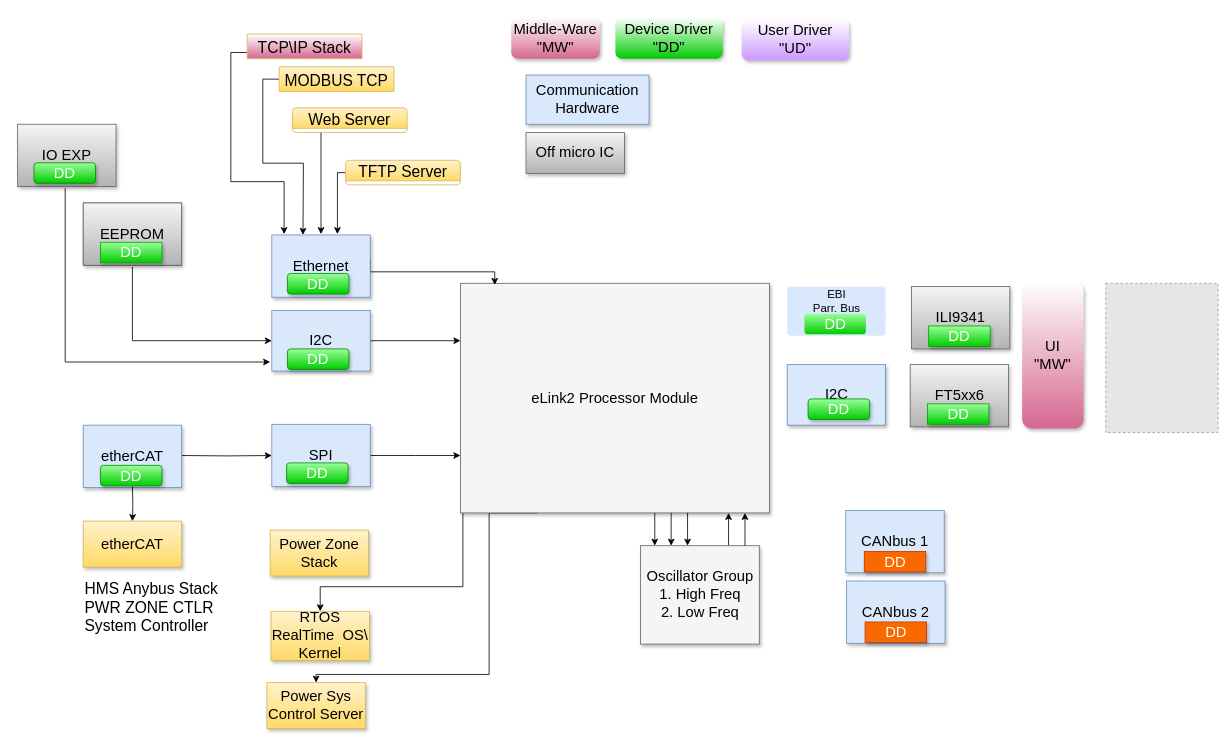
This is page "Page-2" (2 of 2) of eLink2/anatomy_fw2.drawio from vkeiper/flowcharts, a draw.io file, before an edit. Source tidied: cells renumbered, new cells numbered last; positions are measured from the earlier drawing's top-left corner, leaving out a move shared by most shapes. Both pictures are drawn from the tidied source at 82%, with x=0, y=0 at pixel (17, 17). Pictures stored in the file or linked from it are replaced by grey dashed boxes.
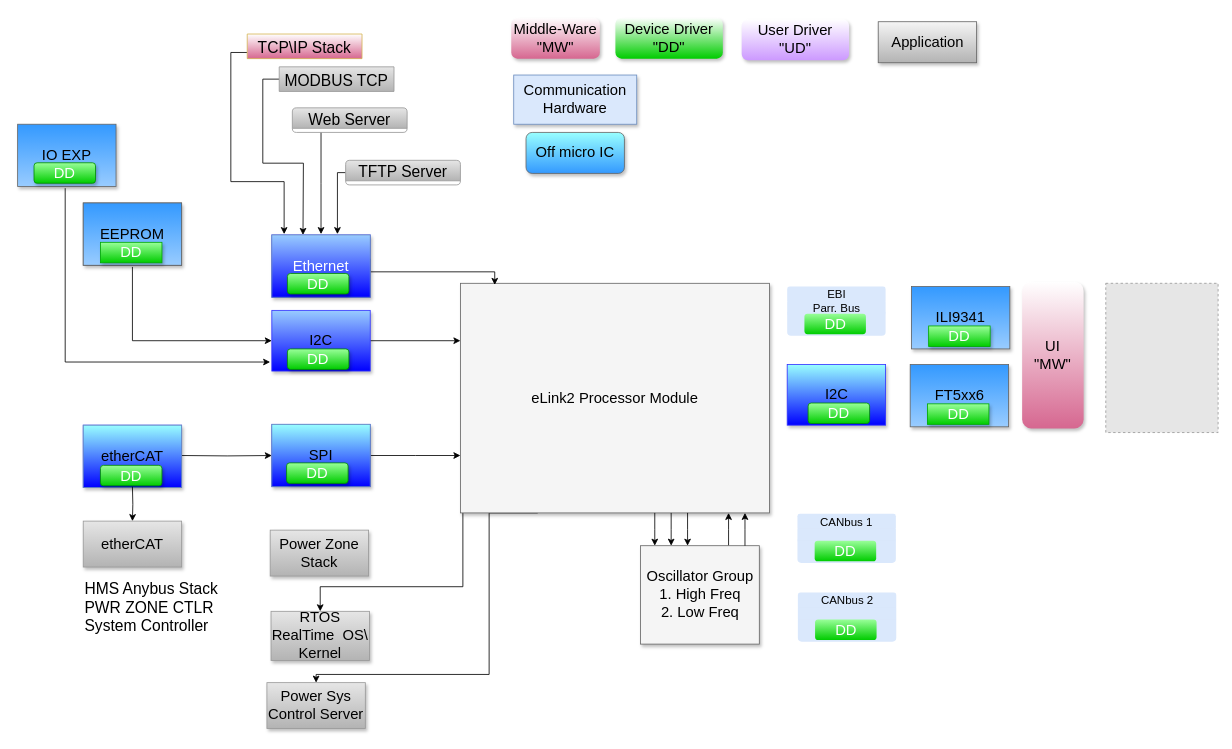
After the change.

Unchanged cells that the change refers to:
```xml
<mxCell id="43" style="group;" parent="1" vertex="1">
  <mxGeometry x="80" y="226" width="120" height="76" as="geometry" />
</mxCell>
<mxCell id="46" style="group;" parent="1" vertex="1">
  <mxGeometry y="130" width="147" height="76" as="geometry" />
</mxCell>
<mxCell id="63" style="group;rounded=1;arcSize=18;" parent="1" vertex="1">
  <mxGeometry x="1088.5" y="423" width="120" height="76" as="geometry" />
</mxCell>
```

The edit, as a diff of the source:
```diff
@@
-    <mxCell id="6" value="Power Zone Stack" style="whiteSpace=wrap;html=1;shadow=1;fontSize=18;fillColor=#fff2cc;strokeColor=#d6b656;gradientColor=#ffd966;" parent="1" vertex="1">
+    <mxCell id="6" value="Power Zone Stack" style="whiteSpace=wrap;html=1;shadow=1;fontSize=18;fillColor=#E6E6E6;strokeColor=#999999;gradientColor=#B3B3B3;" parent="1" vertex="1">
       <mxGeometry x="308" y="625" width="120" height="56" as="geometry" />
     </mxCell>
-    <mxCell id="7" value="RTOS&lt;br&gt;RealTime&amp;nbsp; OS\ Kernel&lt;br&gt;" style="whiteSpace=wrap;html=1;shadow=1;fontSize=18;fillColor=#fff2cc;strokeColor=#d6b656;gradientColor=#ffd966;" parent="1" vertex="1">
+    <mxCell id="7" value="RTOS&lt;br&gt;RealTime&amp;nbsp; OS\ Kernel&lt;br&gt;" style="whiteSpace=wrap;html=1;shadow=1;fontSize=18;fillColor=#E6E6E6;strokeColor=#999999;gradientColor=#B3B3B3;" parent="1" vertex="1">
       <mxGeometry x="309" y="724" width="120" height="60" as="geometry" />
     </mxCell>
@@
-    <mxCell id="9" value="I2C" style="whiteSpace=wrap;html=1;shadow=1;fontSize=18;fillColor=#dae8fc;strokeColor=#6c8ebf;" parent="1" vertex="1">
+    <mxCell id="9" value="I2C" style="whiteSpace=wrap;html=1;shadow=1;fontSize=18;fillColor=#0000FF;strokeColor=#3333FF;gradientColor=#99CCFF;gradientDirection=north;" parent="1" vertex="1">
       <mxGeometry x="310" y="357" width="120" height="74" as="geometry" />
     </mxCell>
@@
-    <mxCell id="22" value="MODBUS TCP" style="swimlane;fillColor=#fff2cc;strokeColor=#d6b656;fontSize=19;fontStyle=0;startSize=30;rounded=1;glass=0;comic=0;horizontal=1;gradientColor=#ffd966;" parent="1" vertex="1" collapsed="1">
+    <mxCell id="22" value="MODBUS TCP" style="swimlane;fillColor=#E6E6E6;strokeColor=#999999;fontSize=19;fontStyle=0;startSize=30;rounded=1;glass=0;comic=0;horizontal=1;gradientColor=#B3B3B3;" parent="1" vertex="1" collapsed="1">
       <mxGeometry x="319" y="60" width="140" height="30" as="geometry" />
     </mxCell>
@@
-    <mxCell id="24" value="Web Server" style="swimlane;fillColor=#fff2cc;strokeColor=#d6b656;fontSize=19;fontStyle=0;startSize=25;rounded=1;glass=0;comic=0;horizontal=1;gradientColor=#ffd966;" parent="1" vertex="1" collapsed="1">
+    <mxCell id="24" value="Web Server" style="swimlane;fillColor=#E6E6E6;strokeColor=#999999;fontSize=19;fontStyle=0;startSize=25;rounded=1;glass=0;comic=0;horizontal=1;gradientColor=#B3B3B3;" parent="1" vertex="1" collapsed="1">
       <mxGeometry x="335" y="110" width="140" height="30" as="geometry" />
     </mxCell>
@@
-    <mxCell id="26" value="TFTP Server" style="swimlane;fillColor=#fff2cc;strokeColor=#d6b656;fontSize=19;fontStyle=0;startSize=25;rounded=1;glass=0;comic=0;horizontal=1;gradientColor=#ffd966;" parent="1" vertex="1" collapsed="1">
+    <mxCell id="26" value="TFTP Server" style="swimlane;fillColor=#E6E6E6;strokeColor=#999999;fontSize=19;fontStyle=0;startSize=25;rounded=1;glass=0;comic=0;horizontal=1;gradientColor=#B3B3B3;" parent="1" vertex="1" collapsed="1">
       <mxGeometry x="400" y="174" width="140" height="30" as="geometry" />
     </mxCell>
@@
     <mxCell id="28" value="Communication&lt;br&gt;Hardware&lt;br&gt;" style="whiteSpace=wrap;html=1;shadow=1;fontSize=18;fillColor=#dae8fc;strokeColor=#6c8ebf;" parent="1" vertex="1">
-      <mxGeometry x="620" y="70" width="150" height="60" as="geometry" />
+      <mxGeometry x="605" y="70" width="150" height="60" as="geometry" />
     </mxCell>
@@
-    <mxCell id="32" style="group;" parent="1" vertex="1">
+    <mxCell id="32" style="group;gradientColor=#99FFFF;fillColor=#0000FF;strokeColor=#3333FF;gradientDirection=north;" parent="1" vertex="1">
       <mxGeometry x="310" y="496" width="120" height="76" as="geometry" />
     </mxCell>
-    <mxCell id="33" value="SPI" style="whiteSpace=wrap;html=1;shadow=1;fontSize=18;fillColor=#dae8fc;strokeColor=#6c8ebf;" parent="32" vertex="1">
+    <mxCell id="33" value="SPI" style="whiteSpace=wrap;html=1;shadow=1;fontSize=18;fillColor=#0000FF;strokeColor=#6c8ebf;gradientColor=#99FFFF;gradientDirection=north;" parent="32" vertex="1">
       <mxGeometry width="120" height="76" as="geometry" />
     </mxCell>
@@
-    <mxCell id="35" style="group;" parent="1" vertex="1">
+    <mxCell id="35" style="group;gradientColor=#99CCFF;fillColor=#0000FF;strokeColor=#3333FF;" parent="1" vertex="1">
       <mxGeometry x="80" y="497" width="120" height="76" as="geometry" />
     </mxCell>
-    <mxCell id="36" value="etherCAT" style="whiteSpace=wrap;html=1;shadow=1;fontSize=18;fillColor=#dae8fc;strokeColor=#6c8ebf;" parent="35" vertex="1">
+    <mxCell id="36" value="etherCAT" style="whiteSpace=wrap;html=1;shadow=1;fontSize=18;fillColor=#0000FF;strokeColor=#6c8ebf;gradientColor=#99FFFF;gradientDirection=north;" parent="35" vertex="1">
       <mxGeometry width="120" height="76" as="geometry" />
     </mxCell>
@@
-    <mxCell id="38" style="group;" parent="1" vertex="1">
+    <mxCell id="38" style="group;gradientColor=#99CCFF;fillColor=#0000FF;strokeColor=#3333FF;gradientDirection=north;" parent="1" vertex="1">
       <mxGeometry x="310" y="265" width="120" height="76" as="geometry" />
     </mxCell>
-    <mxCell id="39" value="Ethernet" style="whiteSpace=wrap;html=1;shadow=1;fontSize=18;fillColor=#dae8fc;strokeColor=#6c8ebf;" parent="38" vertex="1">
+    <mxCell id="39" value="&lt;font color=&quot;#ffffff&quot;&gt;Ethernet&lt;/font&gt;" style="whiteSpace=wrap;html=1;shadow=1;fontSize=18;fillColor=#0000FF;strokeColor=#6c8ebf;gradientColor=#99CCFF;gradientDirection=north;" parent="38" vertex="1">
       <mxGeometry width="120" height="76" as="geometry" />
     </mxCell>
@@
-    <mxCell id="42" value="Off micro IC" style="whiteSpace=wrap;html=1;shadow=1;fontSize=18;fillColor=#f5f5f5;strokeColor=#666666;gradientColor=#b3b3b3;" parent="1" vertex="1">
+    <mxCell id="42" value="Off micro IC" style="whiteSpace=wrap;html=1;shadow=1;fontSize=18;fillColor=#3399FF;strokeColor=#666666;gradientColor=#99FFFF;gradientDirection=north;rounded=1;" parent="1" vertex="1">
       <mxGeometry x="620" y="140" width="120" height="50" as="geometry" />
     </mxCell>
@@
-    <mxCell id="44" value="EEPROM" style="whiteSpace=wrap;html=1;shadow=1;fontSize=18;fillColor=#f5f5f5;strokeColor=#666666;gradientColor=#b3b3b3;" parent="43" vertex="1">
+    <mxCell id="44" value="EEPROM" style="whiteSpace=wrap;html=1;shadow=1;fontSize=18;fillColor=#3399FF;strokeColor=#666666;gradientColor=#99CCFF;" parent="43" vertex="1">
       <mxGeometry width="120" height="76" as="geometry" />
     </mxCell>
@@
-    <mxCell id="47" value="IO EXP" style="whiteSpace=wrap;html=1;shadow=1;fontSize=18;fillColor=#f5f5f5;strokeColor=#666666;gradientColor=#b3b3b3;" parent="46" vertex="1">
+    <mxCell id="47" value="IO EXP" style="whiteSpace=wrap;html=1;shadow=1;fontSize=18;fillColor=#3399FF;strokeColor=#666666;gradientColor=#99CCFF;" parent="46" vertex="1">
       <mxGeometry width="120" height="76" as="geometry" />
     </mxCell>
@@
-    <mxCell id="49" value="Power Sys Control Server" style="whiteSpace=wrap;html=1;shadow=1;fontSize=18;fillColor=#fff2cc;strokeColor=#d6b656;gradientColor=#ffd966;" parent="1" vertex="1">
+    <mxCell id="49" value="Power Sys Control Server" style="whiteSpace=wrap;html=1;shadow=1;fontSize=18;fillColor=#E6E6E6;strokeColor=#999999;gradientColor=#B3B3B3;" parent="1" vertex="1">
       <mxGeometry x="304" y="811" width="120" height="56" as="geometry" />
     </mxCell>
-    <mxCell id="50" value="etherCAT" style="whiteSpace=wrap;html=1;shadow=1;fontSize=18;fillColor=#fff2cc;strokeColor=#d6b656;gradientColor=#ffd966;" parent="1" vertex="1">
+    <mxCell id="50" value="etherCAT" style="whiteSpace=wrap;html=1;shadow=1;fontSize=18;fillColor=#E6E6E6;strokeColor=#999999;gradientColor=#B3B3B3;" parent="1" vertex="1">
       <mxGeometry x="80" y="614" width="120" height="56" as="geometry" />
     </mxCell>
@@
-    <mxCell id="52" style="group;fillColor=#F5F5F5;" parent="1" vertex="1">
-      <mxGeometry x="1010" y="601" width="120" height="76" as="geometry" />
-    </mxCell>
-    <mxCell id="53" value="CANbus 1" style="whiteSpace=wrap;html=1;shadow=1;fontSize=18;fillColor=#dae8fc;strokeColor=#6c8ebf;" parent="52" vertex="1">
-      <mxGeometry width="120" height="76" as="geometry" />
-    </mxCell>
-    <mxCell id="54" value="DD&lt;br&gt;" style="whiteSpace=wrap;html=1;shadow=1;fontSize=18;fillColor=#fa6800;strokeColor=#C73500;fontColor=#ffffff;" parent="52" vertex="1">
-      <mxGeometry x="22.5" y="50" width="75" height="25" as="geometry" />
-    </mxCell>
-    <mxCell id="55" style="group;fillColor=#F5F5F5;" parent="1" vertex="1">
-      <mxGeometry x="1011" y="687" width="120" height="76" as="geometry" />
-    </mxCell>
-    <mxCell id="56" value="CANbus 2" style="whiteSpace=wrap;html=1;shadow=1;fontSize=18;fillColor=#dae8fc;strokeColor=#6c8ebf;" parent="55" vertex="1">
-      <mxGeometry width="120" height="76" as="geometry" />
-    </mxCell>
-    <mxCell id="57" value="DD&lt;br&gt;" style="whiteSpace=wrap;html=1;shadow=1;fontSize=18;fillColor=#fa6800;strokeColor=#C73500;fontColor=#ffffff;" parent="55" vertex="1">
-      <mxGeometry x="22.5" y="50" width="75" height="25" as="geometry" />
-    </mxCell>
@@
-    <mxCell id="59" value="I2C" style="whiteSpace=wrap;html=1;shadow=1;fontSize=18;fillColor=#dae8fc;strokeColor=#6c8ebf;" parent="1" vertex="1">
+    <mxCell id="59" value="I2C" style="whiteSpace=wrap;html=1;shadow=1;fontSize=18;fillColor=#0000FF;strokeColor=#3333FF;gradientColor=#99FFFF;gradientDirection=north;" parent="1" vertex="1">
       <mxGeometry x="938.5" y="423" width="120" height="74" as="geometry" />
     </mxCell>
@@
-    <mxCell id="62" value="&lt;span&gt;DD&lt;/span&gt;&lt;br&gt;" style="whiteSpace=wrap;html=1;shadow=1;fontSize=18;fillColor=#00CC00;strokeColor=#008C00;fontColor=#ffffff;gradientColor=#99FF99;gradientDirection=north;rounded=1;" parent="1" vertex="1">
-      <mxGeometry x="964" y="465" width="75" height="25" as="geometry" />
+    <mxCell id="62" value="&lt;span&gt;DD&lt;/span&gt;&lt;br&gt;" style="whiteSpace=wrap;html=1;shadow=0;fontSize=18;fillColor=#00CC00;strokeColor=#008C00;fontColor=#ffffff;gradientColor=#99FF99;gradientDirection=north;rounded=1;" parent="1" vertex="1">
+      <mxGeometry x="964" y="470" width="75" height="25" as="geometry" />
     </mxCell>
@@
-    <mxCell id="64" value="FT5xx6" style="whiteSpace=wrap;html=1;shadow=1;fontSize=18;fillColor=#f5f5f5;strokeColor=#666666;gradientColor=#b3b3b3;" parent="63" vertex="1">
+    <mxCell id="64" value="FT5xx6" style="whiteSpace=wrap;html=1;shadow=1;fontSize=18;fillColor=#3399FF;strokeColor=#666666;gradientColor=#99CCFF;" parent="63" vertex="1">
       <mxGeometry width="120" height="76" as="geometry" />
     </mxCell>
@@
-    <mxCell id="72" style="group;rounded=1;arcSize=18;" parent="1" vertex="1">
+    <mxCell id="72" style="group;rounded=1;arcSize=18;fillColor=#99CCFF;gradientColor=#3399FF;" parent="1" vertex="1">
       <mxGeometry x="1090" y="328" width="120" height="76" as="geometry" />
     </mxCell>
-    <mxCell id="73" value="ILI9341" style="whiteSpace=wrap;html=1;shadow=1;fontSize=18;fillColor=#f5f5f5;strokeColor=#666666;gradientColor=#b3b3b3;" parent="72" vertex="1">
+    <mxCell id="73" value="ILI9341" style="whiteSpace=wrap;html=1;shadow=1;fontSize=18;fillColor=#3399FF;strokeColor=#666666;gradientColor=#99CCFF;" parent="72" vertex="1">
       <mxGeometry width="120" height="76" as="geometry" />
     </mxCell>
@@
+    <mxCell id="76" style="group;" parent="1" vertex="1">
+      <mxGeometry x="951" y="605" width="120" height="61" as="geometry" />
+    </mxCell>
+    <mxCell id="77" style="group;strokeColor=none;rounded=1;" parent="76" vertex="1">
+      <mxGeometry width="120" height="61" as="geometry" />
+    </mxCell>
+    <mxCell id="78" style="rounded=1;whiteSpace=wrap;html=1;shadow=0;fillColor=#dae8fc;strokeColor=none;" parent="77" vertex="1">
+      <mxGeometry y="29" width="120" height="31" as="geometry" />
+    </mxCell>
+    <mxCell id="53" value="&lt;span style=&quot;font-size: 14px&quot;&gt;CANbus 1&lt;/span&gt;" style="rounded=1;whiteSpace=wrap;html=1;shadow=0;fillColor=#dae8fc;strokeColor=none;" parent="77" vertex="1">
+      <mxGeometry width="120" height="20" as="geometry" />
+    </mxCell>
+    <mxCell id="79" style="rounded=0;whiteSpace=wrap;html=1;shadow=0;fillColor=#dae8fc;strokeColor=none;" parent="77" vertex="1">
+      <mxGeometry y="18" width="120" height="15" as="geometry" />
+    </mxCell>
+    <mxCell id="80" value="&lt;span&gt;DD&lt;/span&gt;&lt;br&gt;" style="whiteSpace=wrap;html=1;shadow=0;fontSize=18;fillColor=#00CC00;strokeColor=none;fontColor=#ffffff;gradientColor=#99FF99;gradientDirection=north;rounded=1;" parent="77" vertex="1">
+      <mxGeometry x="21" y="33" width="75" height="25" as="geometry" />
+    </mxCell>
+    <mxCell id="81" style="group;" parent="1" vertex="1">
+      <mxGeometry x="951.5" y="701" width="120" height="61" as="geometry" />
+    </mxCell>
+    <mxCell id="82" style="group;strokeColor=none;rounded=1;" parent="81" vertex="1">
+      <mxGeometry width="120" height="61" as="geometry" />
+    </mxCell>
+    <mxCell id="83" style="rounded=1;whiteSpace=wrap;html=1;shadow=0;fillColor=#dae8fc;strokeColor=none;" parent="82" vertex="1">
+      <mxGeometry y="29" width="120" height="31" as="geometry" />
+    </mxCell>
+    <mxCell id="56" value="&lt;span style=&quot;font-size: 14px&quot;&gt;CANbus 2&lt;/span&gt;" style="rounded=1;whiteSpace=wrap;html=1;shadow=0;fillColor=#dae8fc;strokeColor=none;" parent="82" vertex="1">
+      <mxGeometry width="120" height="20" as="geometry" />
+    </mxCell>
+    <mxCell id="84" style="rounded=0;whiteSpace=wrap;html=1;shadow=0;fillColor=#dae8fc;strokeColor=none;" parent="82" vertex="1">
+      <mxGeometry y="18" width="120" height="15" as="geometry" />
+    </mxCell>
+    <mxCell id="85" value="&lt;span&gt;DD&lt;/span&gt;&lt;br&gt;" style="whiteSpace=wrap;html=1;shadow=0;fontSize=18;fillColor=#00CC00;strokeColor=none;fontColor=#ffffff;gradientColor=#99FF99;gradientDirection=north;rounded=1;" parent="82" vertex="1">
+      <mxGeometry x="21" y="33" width="75" height="25" as="geometry" />
+    </mxCell>
+    <mxCell id="86" value="Application" style="whiteSpace=wrap;html=1;shadow=1;fontSize=18;fillColor=#f5f5f5;strokeColor=#666666;gradientColor=#B3B3B3;" parent="1" vertex="1">
+      <mxGeometry x="1049.5" y="5" width="120" height="50" as="geometry" />
+    </mxCell>
```
